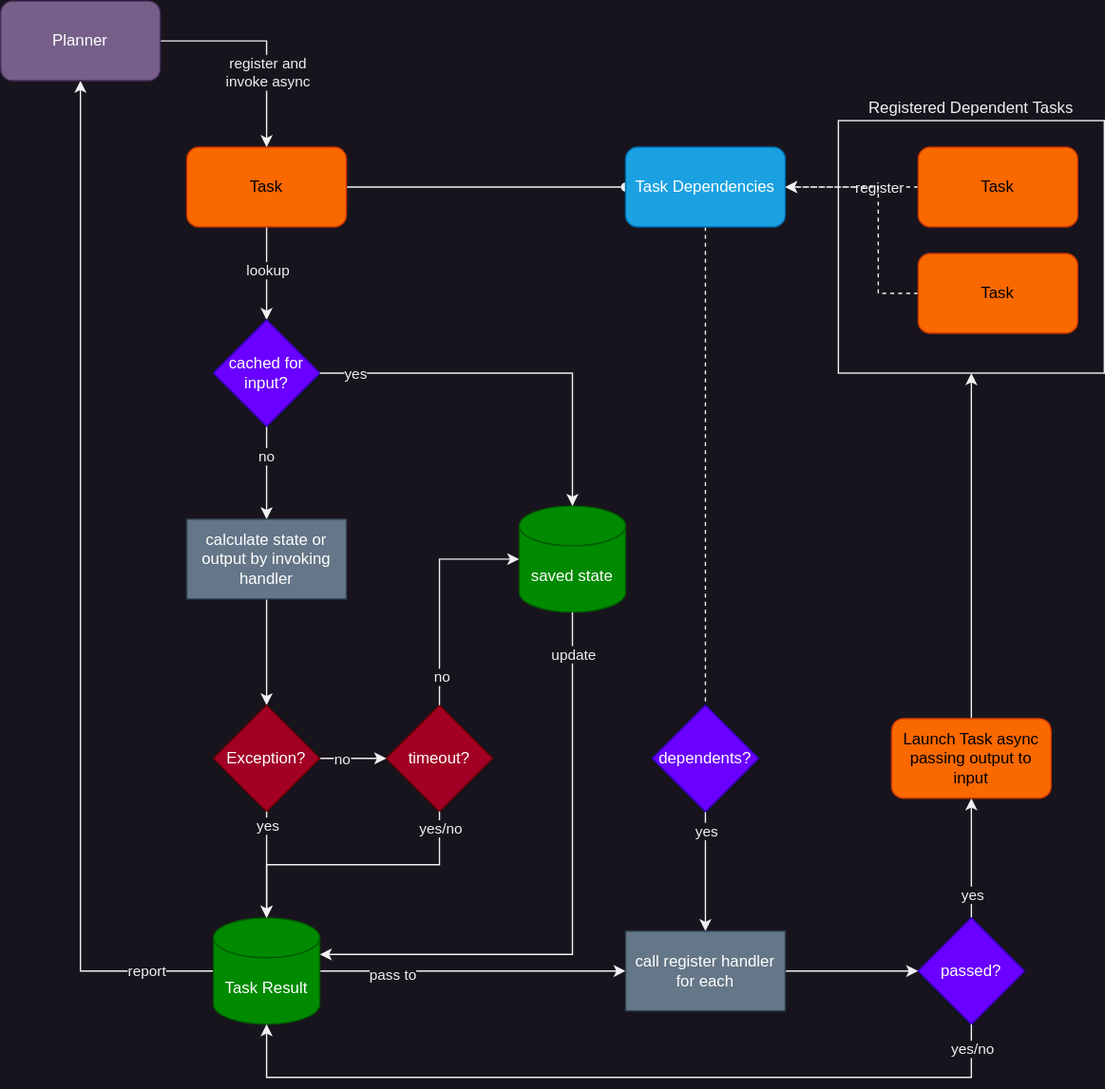
rarebreed/geas keeps this draw.io diagram as docs/resources/task-flow.drawio.svg. Above is the earlier version. Source tidied: cells renumbered, new cells last; positions are measured from the earlier drawing's top-left corner, leaving out a move shared by most shapes.
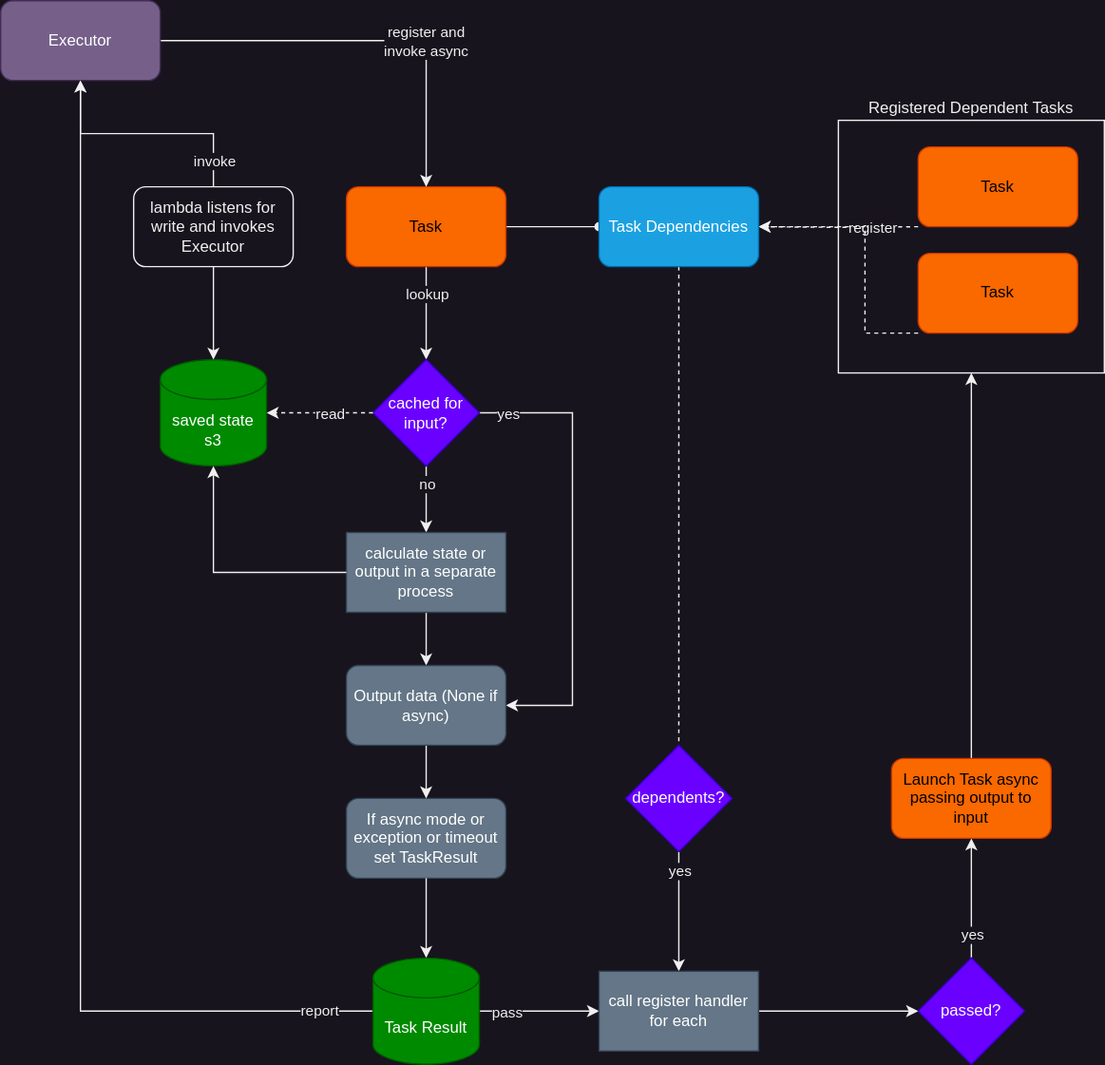
The same file after the commit.

Commit message:
Redesigned flow chart

The edit, as a diff of the source:
```diff
@@ -9,16 +9,20 @@
       <mxGeometry relative="1" as="geometry" />
     </mxCell>
     <mxCell id="4" value="lookup" style="edgeLabel;html=1;align=center;verticalAlign=middle;" parent="3" vertex="1">
-      <mxGeometry x="-0.09" relative="1" as="geometry" />
+      <mxGeometry x="-0.09" relative="1" as="geometry">
+        <mxPoint y="-12" as="offset" />
+      </mxGeometry>
     </mxCell>
     <mxCell id="5" style="edgeStyle=orthogonalEdgeStyle;rounded=0;jettySize=auto;html=1;exitX=1;exitY=0.5;exitDx=0;exitDy=0;entryX=0;entryY=0.5;entryDx=0;entryDy=0;endArrow=oval;endFill=1;" parent="1" edge="1" source="6" target="21">
       <mxGeometry relative="1" as="geometry" />
     </mxCell>
     <mxCell id="6" value="Task" style="rounded=1;whiteSpace=wrap;html=1;fillColor=#fa6800;fontColor=#000000;strokeColor=#C73500;" parent="1" vertex="1">
-      <mxGeometry x="140" y="110" width="120" height="60" as="geometry" />
+      <mxGeometry x="260" y="140" width="120" height="60" as="geometry" />
     </mxCell>
-    <mxCell id="7" style="edgeStyle=orthogonalEdgeStyle;rounded=0;jettySize=auto;html=1;exitX=0;exitY=0.5;exitDx=0;exitDy=0;entryX=1;entryY=0.5;entryDx=0;entryDy=0;dashed=1;" parent="1" edge="1" source="9" target="21">
-      <mxGeometry relative="1" as="geometry" />
+    <mxCell id="7" style="edgeStyle=orthogonalEdgeStyle;rounded=0;jettySize=auto;html=1;exitX=0;exitY=0.5;exitDx=0;exitDy=0;entryX=1;entryY=0.5;entryDx=0;entryDy=0;dashed=1;" parent="1" edge="1" target="21">
+      <mxGeometry relative="1" as="geometry">
+        <mxPoint x="690" y="170" as="sourcePoint" />
+      </mxGeometry>
     </mxCell>
     <mxCell id="8" value="register" style="edgeLabel;html=1;align=center;verticalAlign=middle;" parent="7" vertex="1">
       <mxGeometry x="-0.55" relative="1" as="geometry">
@@ -31,34 +35,32 @@
     <mxCell id="10" style="edgeStyle=orthogonalEdgeStyle;rounded=0;jettySize=auto;html=1;exitX=0.5;exitY=1;exitDx=0;exitDy=0;entryX=0.5;entryY=0;entryDx=0;entryDy=0;" parent="1" edge="1" source="12" target="40">
       <mxGeometry relative="1" as="geometry" />
     </mxCell>
-    <mxCell id="11" value="no" style="edgeLabel;html=1;align=center;verticalAlign=middle;" parent="10" vertex="1">
-      <mxGeometry x="-0.38" y="-1" relative="1" as="geometry" />
-    </mxCell>
+    <mxCell id="53" value="no" style="edgeLabel;html=1;align=center;verticalAlign=middle;" parent="10" vertex="1">
+      <mxGeometry x="-0.47" relative="1" as="geometry" />
+    </mxCell>
+    <mxCell id="54" style="edgeStyle=orthogonalEdgeStyle;rounded=0;jettySize=auto;html=1;exitX=1;exitY=0.5;exitDx=0;exitDy=0;entryX=1;entryY=0.5;entryDx=0;entryDy=0;" parent="1" edge="1" source="12" target="64">
+      <mxGeometry relative="1" as="geometry">
+        <Array as="points">
+          <mxPoint x="430" y="310" />
+          <mxPoint x="430" y="530" />
+        </Array>
+      </mxGeometry>
+    </mxCell>
+    <mxCell id="55" value="yes" style="edgeLabel;html=1;align=center;verticalAlign=middle;" parent="54" vertex="1">
+      <mxGeometry x="-0.88" relative="1" as="geometry" />
+    </mxCell>
     <mxCell id="12" value="cached for input?" style="rhombus;whiteSpace=wrap;html=1;fillColor=#6a00ff;fontColor=#ffffff;strokeColor=#3700CC;" parent="1" vertex="1">
-      <mxGeometry x="160" y="240" width="80" height="80" as="geometry" />
+      <mxGeometry x="280" y="270" width="80" height="80" as="geometry" />
     </mxCell>
-    <mxCell id="13" style="edgeStyle=orthogonalEdgeStyle;rounded=0;jettySize=auto;html=1;exitX=0.5;exitY=1;exitDx=0;exitDy=0;" parent="1" edge="1" source="40" target="31">
-      <mxGeometry relative="1" as="geometry" />
-    </mxCell>
-    <mxCell id="14" value="saved state" style="shape=cylinder3;whiteSpace=wrap;html=1;boundedLbl=1;backgroundOutline=1;size=15;fillColor=#008a00;fontColor=#ffffff;strokeColor=#005700;" parent="1" vertex="1">
-      <mxGeometry x="390" y="380" width="80" height="80" as="geometry" />
+    <mxCell id="14" value="saved state&lt;br&gt;s3" style="shape=cylinder3;whiteSpace=wrap;html=1;boundedLbl=1;backgroundOutline=1;size=15;fillColor=#008a00;fontColor=#ffffff;strokeColor=#005700;" parent="1" vertex="1">
+      <mxGeometry x="120" y="270" width="80" height="80" as="geometry" />
     </mxCell>
-    <mxCell id="15" style="edgeStyle=orthogonalEdgeStyle;rounded=0;jettySize=auto;html=1;exitX=1;exitY=0.5;exitDx=0;exitDy=0;entryX=0.5;entryY=0;entryDx=0;entryDy=0;entryPerimeter=0;" parent="1" edge="1" source="12" target="14">
-      <mxGeometry relative="1" as="geometry" />
-    </mxCell>
-    <mxCell id="16" value="yes" style="edgeLabel;html=1;align=center;verticalAlign=middle;" parent="15" vertex="1">
-      <mxGeometry x="-0.82" y="-2" relative="1" as="geometry">
-        <mxPoint y="-2" as="offset" />
-      </mxGeometry>
-    </mxCell>
-    <mxCell id="17" value="timeout?" style="rhombus;whiteSpace=wrap;html=1;fillColor=#a20025;fontColor=#ffffff;strokeColor=#6F0000;" parent="1" vertex="1">
-      <mxGeometry x="290" y="530" width="80" height="80" as="geometry" />
-    </mxCell>
-    <mxCell id="18" style="edgeStyle=orthogonalEdgeStyle;rounded=0;jettySize=auto;html=1;exitX=0;exitY=0.5;exitDx=0;exitDy=0;entryX=1;entryY=0.5;entryDx=0;entryDy=0;dashed=1;" parent="1" edge="1" source="19" target="21">
+    <mxCell id="18" style="edgeStyle=orthogonalEdgeStyle;rounded=0;jettySize=auto;html=1;exitX=0;exitY=0.5;exitDx=0;exitDy=0;entryX=1;entryY=0.5;entryDx=0;entryDy=0;dashed=1;" parent="1" edge="1" target="21">
       <mxGeometry relative="1" as="geometry">
+        <mxPoint x="690" y="250" as="sourcePoint" />
         <Array as="points">
-          <mxPoint x="660" y="220" />
-          <mxPoint x="660" y="140" />
+          <mxPoint x="650" y="250" />
+          <mxPoint x="650" y="170" />
         </Array>
       </mxGeometry>
     </mxCell>
@@ -69,7 +71,7 @@
       <mxGeometry relative="1" as="geometry" />
     </mxCell>
     <mxCell id="21" value="Task Dependencies" style="rounded=1;whiteSpace=wrap;html=1;fillColor=#1ba1e2;fontColor=#ffffff;strokeColor=#006EAF;" parent="1" vertex="1">
-      <mxGeometry x="470" y="110" width="120" height="60" as="geometry" />
+      <mxGeometry x="450" y="140" width="120" height="60" as="geometry" />
     </mxCell>
     <mxCell id="22" style="edgeStyle=orthogonalEdgeStyle;rounded=0;jettySize=auto;html=1;exitX=0.5;exitY=1;exitDx=0;exitDy=0;entryX=0.5;entryY=0;entryDx=0;entryDy=0;" parent="1" edge="1" source="24" target="39">
       <mxGeometry relative="1" as="geometry" />
@@ -78,36 +80,29 @@
       <mxGeometry x="-0.68" relative="1" as="geometry" />
     </mxCell>
     <mxCell id="24" value="dependents?" style="rhombus;whiteSpace=wrap;html=1;fillColor=#6a00ff;fontColor=#ffffff;strokeColor=#3700CC;" parent="1" vertex="1">
-      <mxGeometry x="490" y="530" width="80" height="80" as="geometry" />
+      <mxGeometry x="470" y="560" width="80" height="80" as="geometry" />
     </mxCell>
+    <mxCell id="27" value="report" style="edgeStyle=orthogonalEdgeStyle;rounded=0;jettySize=auto;html=1;exitX=0;exitY=0.5;exitDx=0;exitDy=0;exitPerimeter=0;" parent="1" edge="1" source="28" target="34">
+      <mxGeometry x="-0.91" relative="1" as="geometry" />
+    </mxCell>
     <mxCell id="25" style="edgeStyle=orthogonalEdgeStyle;rounded=0;jettySize=auto;html=1;exitX=1;exitY=0.5;exitDx=0;exitDy=0;exitPerimeter=0;entryX=0;entryY=0.5;entryDx=0;entryDy=0;" parent="1" edge="1" source="28" target="39">
       <mxGeometry relative="1" as="geometry" />
     </mxCell>
-    <mxCell id="26" value="pass to" style="edgeLabel;html=1;align=center;verticalAlign=middle;" parent="25" vertex="1">
-      <mxGeometry x="-0.53" y="-2" relative="1" as="geometry" />
-    </mxCell>
-    <mxCell id="27" value="report" style="edgeStyle=orthogonalEdgeStyle;rounded=0;jettySize=auto;html=1;exitX=0;exitY=0.5;exitDx=0;exitDy=0;exitPerimeter=0;" parent="1" edge="1" source="28" target="34">
-      <mxGeometry x="-0.87" relative="1" as="geometry" />
-    </mxCell>
+    <mxCell id="56" value="pass" style="edgeLabel;html=1;align=center;verticalAlign=middle;" parent="25" vertex="1">
+      <mxGeometry x="-0.71" relative="1" as="geometry">
+        <mxPoint x="7" as="offset" />
+      </mxGeometry>
+    </mxCell>
     <mxCell id="28" value="Task Result" style="shape=cylinder3;whiteSpace=wrap;html=1;boundedLbl=1;backgroundOutline=1;size=15;fillColor=#008a00;fontColor=#ffffff;strokeColor=#005700;" parent="1" vertex="1">
-      <mxGeometry x="160" y="690" width="80" height="80" as="geometry" />
+      <mxGeometry x="280" y="720" width="80" height="80" as="geometry" />
     </mxCell>
-    <mxCell id="29" style="edgeStyle=orthogonalEdgeStyle;rounded=0;jettySize=auto;html=1;exitX=1;exitY=0.5;exitDx=0;exitDy=0;entryX=0;entryY=0.5;entryDx=0;entryDy=0;" parent="1" edge="1" source="31" target="17">
-      <mxGeometry relative="1" as="geometry" />
-    </mxCell>
-    <mxCell id="30" value="no" style="edgeLabel;html=1;align=center;verticalAlign=middle;" parent="29" vertex="1">
-      <mxGeometry x="-0.38" relative="1" as="geometry" />
-    </mxCell>
-    <mxCell id="31" value="Exception?" style="rhombus;whiteSpace=wrap;html=1;fillColor=#a20025;fontColor=#ffffff;strokeColor=#6F0000;" parent="1" vertex="1">
-      <mxGeometry x="160" y="530" width="80" height="80" as="geometry" />
-    </mxCell>
     <mxCell id="32" style="edgeStyle=orthogonalEdgeStyle;rounded=0;jettySize=auto;html=1;exitX=1;exitY=0.5;exitDx=0;exitDy=0;" parent="1" edge="1" source="34" target="6">
       <mxGeometry relative="1" as="geometry" />
     </mxCell>
     <mxCell id="33" value="register and&lt;br&gt;invoke async" style="edgeLabel;html=1;align=center;verticalAlign=middle;" parent="32" vertex="1">
       <mxGeometry x="0.28" relative="1" as="geometry" />
     </mxCell>
-    <mxCell id="34" value="Planner" style="rounded=1;whiteSpace=wrap;html=1;fillColor=#76608a;fontColor=#ffffff;strokeColor=#432D57;" parent="1" vertex="1">
+    <mxCell id="34" value="Executor" style="rounded=1;whiteSpace=wrap;html=1;fillColor=#76608a;fontColor=#ffffff;strokeColor=#432D57;" parent="1" vertex="1">
       <mxGeometry width="120" height="60" as="geometry" />
     </mxCell>
     <mxCell id="35" style="edgeStyle=orthogonalEdgeStyle;rounded=0;jettySize=auto;html=1;exitX=0.5;exitY=0;exitDx=0;exitDy=0;entryX=0.5;entryY=1;entryDx=0;entryDy=0;" parent="1" edge="1" source="37" target="42">
@@ -117,59 +112,60 @@
       <mxGeometry x="-0.6" relative="1" as="geometry" />
     </mxCell>
     <mxCell id="37" value="passed?" style="rhombus;whiteSpace=wrap;html=1;fillColor=#6a00ff;fontColor=#ffffff;strokeColor=#3700CC;" parent="1" vertex="1">
-      <mxGeometry x="690" y="690" width="80" height="80" as="geometry" />
+      <mxGeometry x="690" y="720" width="80" height="80" as="geometry" />
     </mxCell>
     <mxCell id="38" style="edgeStyle=orthogonalEdgeStyle;rounded=0;jettySize=auto;html=1;exitX=1;exitY=0.5;exitDx=0;exitDy=0;entryX=0;entryY=0.5;entryDx=0;entryDy=0;" parent="1" edge="1" source="39" target="37">
       <mxGeometry relative="1" as="geometry" />
     </mxCell>
     <mxCell id="39" value="call register handler for each" style="rounded=0;whiteSpace=wrap;html=1;fillColor=#647687;fontColor=#ffffff;strokeColor=#314354;" parent="1" vertex="1">
-      <mxGeometry x="470" y="700" width="120" height="60" as="geometry" />
+      <mxGeometry x="450" y="730" width="120" height="60" as="geometry" />
     </mxCell>
+    <mxCell id="57" style="edgeStyle=orthogonalEdgeStyle;rounded=0;jettySize=auto;html=1;exitX=0.5;exitY=1;exitDx=0;exitDy=0;entryX=0.5;entryY=0;entryDx=0;entryDy=0;" parent="1" edge="1" source="40" target="64">
+      <mxGeometry relative="1" as="geometry" />
+    </mxCell>
-    <mxCell id="40" value="calculate state or output by invoking handler" style="rounded=0;whiteSpace=wrap;html=1;fillColor=#647687;fontColor=#ffffff;strokeColor=#314354;" parent="1" vertex="1">
-      <mxGeometry x="140" y="390" width="120" height="60" as="geometry" />
+    <mxCell id="40" value="calculate state or output in a separate process" style="rounded=0;whiteSpace=wrap;html=1;fillColor=#647687;fontColor=#ffffff;strokeColor=#314354;" parent="1" vertex="1">
+      <mxGeometry x="260" y="400" width="120" height="60" as="geometry" />
     </mxCell>
     <mxCell id="41" style="edgeStyle=orthogonalEdgeStyle;rounded=0;jettySize=auto;html=1;exitX=0.5;exitY=0;exitDx=0;exitDy=0;entryX=0.5;entryY=1;entryDx=0;entryDy=0;" parent="1" edge="1" source="42" target="2">
       <mxGeometry relative="1" as="geometry" />
     </mxCell>
     <mxCell id="42" value="Launch Task async passing output to input" style="rounded=1;whiteSpace=wrap;html=1;fillColor=#fa6800;fontColor=#000000;strokeColor=#C73500;" parent="1" vertex="1">
-      <mxGeometry x="670" y="540" width="120" height="60" as="geometry" />
+      <mxGeometry x="670" y="570" width="120" height="60" as="geometry" />
     </mxCell>
-    <mxCell id="43" style="edgeStyle=orthogonalEdgeStyle;rounded=0;jettySize=auto;html=1;exitX=0.5;exitY=1;exitDx=0;exitDy=0;entryX=0.5;entryY=0;entryDx=0;entryDy=0;entryPerimeter=0;" parent="1" edge="1" source="31" target="28">
-      <mxGeometry relative="1" as="geometry" />
-    </mxCell>
-    <mxCell id="44" value="yes" style="edgeLabel;html=1;align=center;verticalAlign=middle;" parent="43" vertex="1">
-      <mxGeometry x="-0.81" relative="1" as="geometry">
-        <mxPoint y="2" as="offset" />
-      </mxGeometry>
-    </mxCell>
-    <mxCell id="45" style="edgeStyle=orthogonalEdgeStyle;rounded=0;jettySize=auto;html=1;exitX=0.5;exitY=1;exitDx=0;exitDy=0;entryX=0.5;entryY=0;entryDx=0;entryDy=0;entryPerimeter=0;" parent="1" edge="1" source="17" target="28">
-      <mxGeometry relative="1" as="geometry" />
-    </mxCell>
-    <mxCell id="46" value="yes/no" style="edgeLabel;html=1;align=center;verticalAlign=middle;" parent="45" vertex="1">
-      <mxGeometry x="-0.88" relative="1" as="geometry" />
-    </mxCell>
-    <mxCell id="47" style="edgeStyle=orthogonalEdgeStyle;rounded=0;jettySize=auto;html=1;exitX=0.5;exitY=1;exitDx=0;exitDy=0;entryX=0.5;entryY=1;entryDx=0;entryDy=0;entryPerimeter=0;" parent="1" edge="1" source="37" target="28">
-      <mxGeometry relative="1" as="geometry">
-        <Array as="points">
-          <mxPoint x="730" y="810" />
-          <mxPoint x="200" y="810" />
-        </Array>
-      </mxGeometry>
-    </mxCell>
-    <mxCell id="48" value="yes/no" style="edgeLabel;html=1;align=center;verticalAlign=middle;" parent="47" vertex="1">
-      <mxGeometry x="-0.94" relative="1" as="geometry" />
-    </mxCell>
-    <mxCell id="49" style="edgeStyle=orthogonalEdgeStyle;rounded=0;jettySize=auto;html=1;exitX=0.5;exitY=0;exitDx=0;exitDy=0;entryX=0;entryY=0.5;entryDx=0;entryDy=0;entryPerimeter=0;" parent="1" edge="1" source="17" target="14">
-      <mxGeometry relative="1" as="geometry" />
-    </mxCell>
-    <mxCell id="50" value="no" style="edgeLabel;html=1;align=center;verticalAlign=middle;" parent="49" vertex="1">
-      <mxGeometry x="-0.75" y="-1" relative="1" as="geometry" />
-    </mxCell>
-    <mxCell id="51" style="edgeStyle=orthogonalEdgeStyle;rounded=0;jettySize=auto;html=1;exitX=0.5;exitY=1;exitDx=0;exitDy=0;exitPerimeter=0;entryX=1;entryY=0;entryDx=0;entryDy=27.5;entryPerimeter=0;" parent="1" edge="1" source="14" target="28">
-      <mxGeometry relative="1" as="geometry" />
-    </mxCell>
-    <mxCell id="52" value="update" style="edgeLabel;html=1;align=center;verticalAlign=middle;" parent="51" vertex="1">
-      <mxGeometry x="-0.86" relative="1" as="geometry" />
-    </mxCell>
+    <mxCell id="58" style="edgeStyle=orthogonalEdgeStyle;rounded=0;jettySize=auto;html=1;exitX=0.5;exitY=0;exitDx=0;exitDy=0;entryX=0.5;entryY=1;entryDx=0;entryDy=0;" parent="1" edge="1" source="60" target="34">
+      <mxGeometry relative="1" as="geometry" />
+    </mxCell>
+    <mxCell id="59" value="invoke" style="edgeLabel;html=1;align=center;verticalAlign=middle;" parent="58" vertex="1">
+      <mxGeometry x="-0.78" relative="1" as="geometry" />
+    </mxCell>
+    <mxCell id="60" value="lambda listens for write and invokes Executor" style="rounded=1;whiteSpace=wrap;html=1;" parent="1" vertex="1">
+      <mxGeometry x="100" y="140" width="120" height="60" as="geometry" />
+    </mxCell>
+    <mxCell id="61" style="edgeStyle=orthogonalEdgeStyle;rounded=0;jettySize=auto;html=1;exitX=0.5;exitY=1;exitDx=0;exitDy=0;entryX=0.5;entryY=0;entryDx=0;entryDy=0;entryPerimeter=0;" parent="1" edge="1" source="60" target="14">
+      <mxGeometry relative="1" as="geometry" />
+    </mxCell>
+    <mxCell id="62" value="If async mode or exception or timeout set TaskResult" style="rounded=1;whiteSpace=wrap;html=1;fillColor=#647687;fontColor=#ffffff;strokeColor=#314354;" parent="1" vertex="1">
+      <mxGeometry x="260" y="600" width="120" height="60" as="geometry" />
+    </mxCell>
+    <mxCell id="63" style="edgeStyle=orthogonalEdgeStyle;rounded=0;jettySize=auto;html=1;exitX=0.5;exitY=1;exitDx=0;exitDy=0;entryX=0.5;entryY=0;entryDx=0;entryDy=0;" parent="1" edge="1" source="64" target="62">
+      <mxGeometry relative="1" as="geometry" />
+    </mxCell>
+    <mxCell id="64" value="Output data (None if async)" style="rounded=1;whiteSpace=wrap;html=1;fillColor=#647687;fontColor=#ffffff;strokeColor=#314354;" parent="1" vertex="1">
+      <mxGeometry x="260" y="500" width="120" height="60" as="geometry" />
+    </mxCell>
+    <mxCell id="65" style="edgeStyle=orthogonalEdgeStyle;rounded=0;jettySize=auto;html=1;exitX=0;exitY=0.5;exitDx=0;exitDy=0;entryX=0.5;entryY=1;entryDx=0;entryDy=0;entryPerimeter=0;" parent="1" edge="1" source="40" target="14">
+      <mxGeometry relative="1" as="geometry" />
+    </mxCell>
+    <mxCell id="15" style="edgeStyle=orthogonalEdgeStyle;rounded=0;jettySize=auto;html=1;exitX=0;exitY=0.5;exitDx=0;exitDy=0;entryX=1;entryY=0.5;entryDx=0;entryDy=0;entryPerimeter=0;dashed=1;" parent="1" edge="1" source="12" target="14">
+      <mxGeometry relative="1" as="geometry" />
+    </mxCell>
+    <mxCell id="66" value="read" style="edgeLabel;html=1;align=center;verticalAlign=middle;" parent="15" vertex="1">
+      <mxGeometry x="-0.18" y="2" relative="1" as="geometry">
+        <mxPoint y="-2" as="offset" />
+      </mxGeometry>
+    </mxCell>
+    <mxCell id="67" style="edgeStyle=orthogonalEdgeStyle;rounded=0;jettySize=auto;html=1;exitX=0.5;exitY=1;exitDx=0;exitDy=0;entryX=0.5;entryY=0;entryDx=0;entryDy=0;entryPerimeter=0;" parent="1" edge="1" source="62" target="28">
+      <mxGeometry relative="1" as="geometry" />
+    </mxCell>
   </root>
 </mxGraphModel>
```
